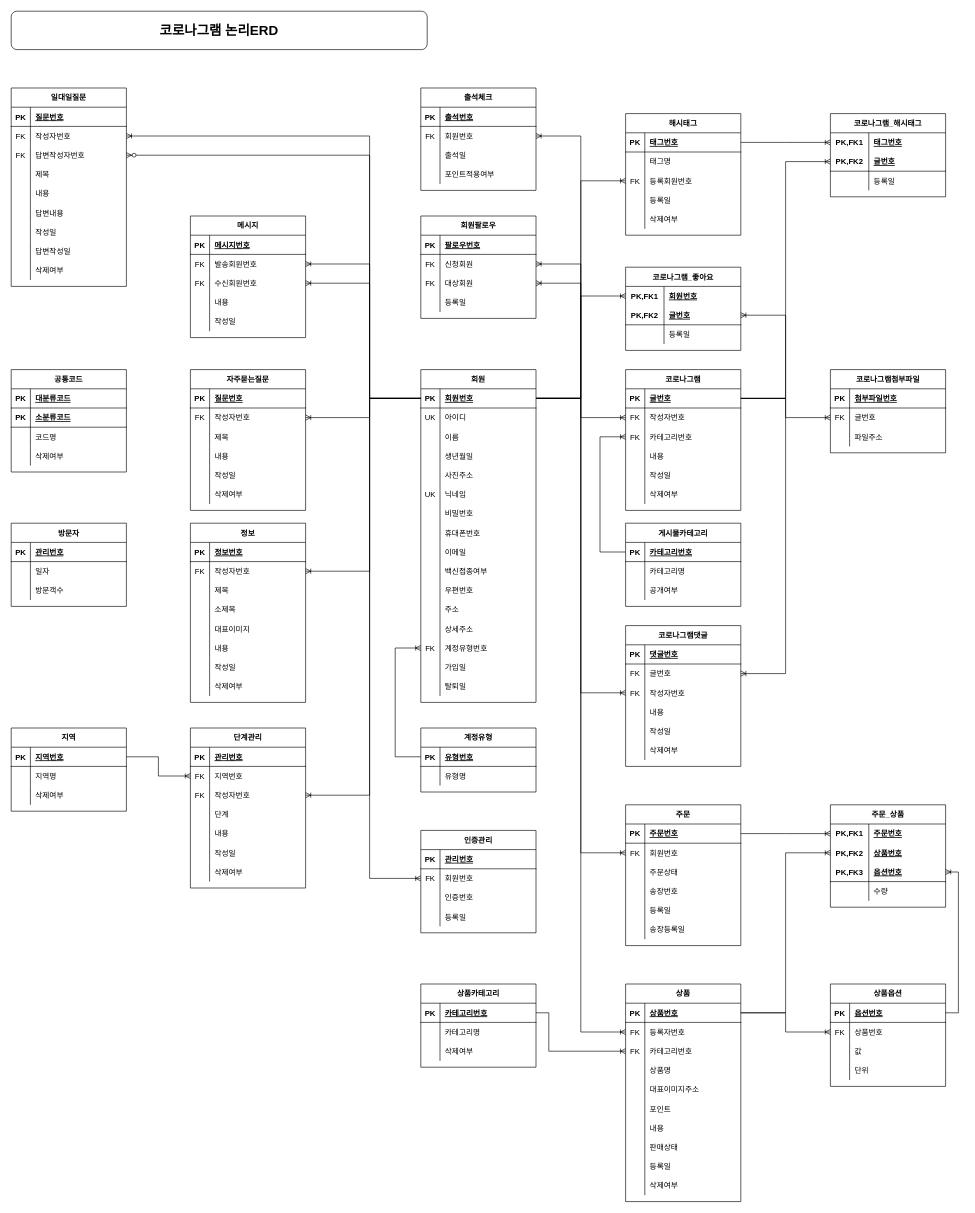
Earlier version of the draw.io diagram page "논리ERD" (1 of 2) of 논리ERD.drawio (fullishment/base). Source tidied: cells renumbered, new cells numbered last; positions are measured from the earlier drawing's top-left corner, leaving out a move shared by most shapes. Both pictures are drawn from the tidied source at 64%, with x=0, y=0 at pixel (11, 11).
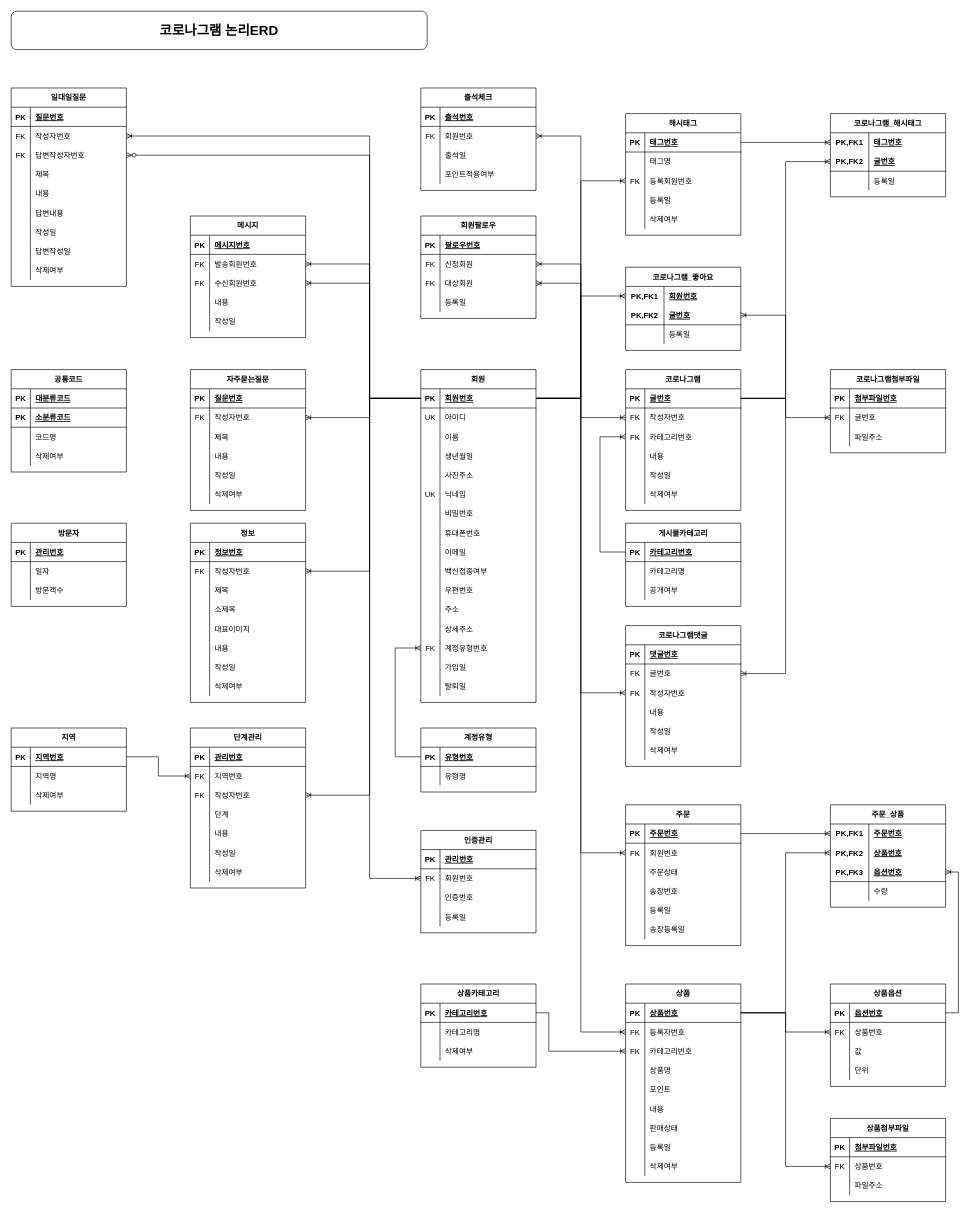
The same diagram, later.

Unchanged cells that the change refers to:
```xml
<mxCell id="322" style="shape=partialRectangle;fillColor=none;top=0;left=0;bottom=1;right=0;points=[[0,0.5],[1,0.5]];portConstraint=eastwest;" parent="321" vertex="1">
  <mxGeometry y="30" width="180" height="30" as="geometry" />
</mxCell>
```

The edit, as a diff of the source:
```diff
@@
     <mxCell id="321" value="상품" style="shape=table;startSize=30;childLayout=tableLayout;rowLines=0;fontStyle=1;align=center;" parent="1" vertex="1">
-      <mxGeometry x="960" y="1520" width="180" height="340" as="geometry" />
+      <mxGeometry x="960" y="1520" width="180" height="310" as="geometry" />
     </mxCell>
@@
-    <mxCell id="334" style="shape=partialRectangle;fillColor=none;top=0;left=0;bottom=0;right=0;" parent="321" vertex="1">
-      <mxGeometry y="150" width="180" height="30" as="geometry" />
-    </mxCell>
-    <mxCell id="335" style="shape=partialRectangle;fillColor=none;top=0;left=0;bottom=0;right=0;overflow=hidden;" parent="334" vertex="1">
-      <mxGeometry width="30" height="30" as="geometry" />
-    </mxCell>
-    <mxCell id="336" value="대표이미지주소" style="shape=partialRectangle;fillColor=none;top=0;left=0;bottom=0;right=0;align=left;spacingLeft=6;overflow=hidden;" parent="334" vertex="1">
-      <mxGeometry x="30" width="150" height="30" as="geometry" />
-    </mxCell>
     <mxCell id="337" style="shape=partialRectangle;fillColor=none;top=0;left=0;bottom=0;right=0;" parent="321" vertex="1">
-      <mxGeometry y="180" width="180" height="30" as="geometry" />
+      <mxGeometry y="150" width="180" height="30" as="geometry" />
     </mxCell>
@@
     <mxCell id="340" style="shape=partialRectangle;fillColor=none;top=0;left=0;bottom=0;right=0;" parent="321" vertex="1">
-      <mxGeometry y="210" width="180" height="30" as="geometry" />
+      <mxGeometry y="180" width="180" height="30" as="geometry" />
     </mxCell>
@@
     <mxCell id="343" style="shape=partialRectangle;fillColor=none;top=0;left=0;bottom=0;right=0;" parent="321" vertex="1">
-      <mxGeometry y="240" width="180" height="30" as="geometry" />
+      <mxGeometry y="210" width="180" height="30" as="geometry" />
     </mxCell>
@@
     <mxCell id="346" style="shape=partialRectangle;fillColor=none;top=0;left=0;bottom=0;right=0;" parent="321" vertex="1">
-      <mxGeometry y="270" width="180" height="30" as="geometry" />
+      <mxGeometry y="240" width="180" height="30" as="geometry" />
     </mxCell>
@@
     <mxCell id="349" style="shape=partialRectangle;fillColor=none;top=0;left=0;bottom=0;right=0;" parent="321" vertex="1">
-      <mxGeometry y="300" width="180" height="30" as="geometry" />
+      <mxGeometry y="270" width="180" height="30" as="geometry" />
     </mxCell>
@@
+    <mxCell id="451" value="상품첨부파일" style="shape=table;startSize=30;childLayout=tableLayout;rowLines=0;fontStyle=1;align=center;" parent="1" vertex="1">
+      <mxGeometry x="1280" y="1730" width="180" height="130" as="geometry" />
+    </mxCell>
+    <mxCell id="452" style="shape=partialRectangle;fillColor=none;top=0;left=0;bottom=1;right=0;" parent="451" vertex="1">
+      <mxGeometry y="30" width="180" height="30" as="geometry" />
+    </mxCell>
+    <mxCell id="453" value="PK" style="shape=partialRectangle;fillColor=none;top=0;left=0;bottom=0;right=0;fontStyle=1;overflow=hidden;" parent="452" vertex="1">
+      <mxGeometry width="30" height="30" as="geometry" />
+    </mxCell>
+    <mxCell id="454" value="첨부파일번호" style="shape=partialRectangle;fillColor=none;top=0;left=0;bottom=0;right=0;align=left;spacingLeft=6;fontStyle=5;overflow=hidden;" parent="452" vertex="1">
+      <mxGeometry x="30" width="150" height="30" as="geometry" />
+    </mxCell>
+    <mxCell id="455" style="shape=partialRectangle;fillColor=none;top=0;left=0;bottom=0;right=0;points=[[0,0.5],[1,0.5]];portConstraint=eastwest;" parent="451" vertex="1">
+      <mxGeometry y="60" width="180" height="30" as="geometry" />
+    </mxCell>
+    <mxCell id="456" value="FK" style="shape=partialRectangle;fillColor=none;top=0;left=0;bottom=0;right=0;overflow=hidden;" parent="455" vertex="1">
+      <mxGeometry width="30" height="30" as="geometry" />
+    </mxCell>
+    <mxCell id="457" value="상품번호" style="shape=partialRectangle;fillColor=none;top=0;left=0;bottom=0;right=0;align=left;spacingLeft=6;overflow=hidden;" parent="455" vertex="1">
+      <mxGeometry x="30" width="150" height="30" as="geometry" />
+    </mxCell>
+    <mxCell id="458" style="shape=partialRectangle;fillColor=none;top=0;left=0;bottom=0;right=0;" parent="451" vertex="1">
+      <mxGeometry y="90" width="180" height="30" as="geometry" />
+    </mxCell>
+    <mxCell id="335" style="shape=partialRectangle;fillColor=none;top=0;left=0;bottom=0;right=0;overflow=hidden;" parent="458" vertex="1">
+      <mxGeometry width="30" height="30" as="geometry" />
+    </mxCell>
+    <mxCell id="459" value="파일주소" style="shape=partialRectangle;fillColor=none;top=0;left=0;bottom=0;right=0;align=left;spacingLeft=6;overflow=hidden;" parent="458" vertex="1">
+      <mxGeometry x="30" width="150" height="30" as="geometry" />
+    </mxCell>
+    <mxCell id="460" style="edgeStyle=elbowEdgeStyle;fontSize=12;html=1;endArrow=ERoneToMany;rounded=0;entryX=0;entryY=0.5;entryDx=0;entryDy=0;exitX=1;exitY=0.5;exitDx=0;exitDy=0;" parent="1" edge="1" source="322" target="455">
+      <mxGeometry relative="1" as="geometry">
+        <Array as="points">
+          <mxPoint x="1210" y="1640" />
+        </Array>
+      </mxGeometry>
+    </mxCell>
```
